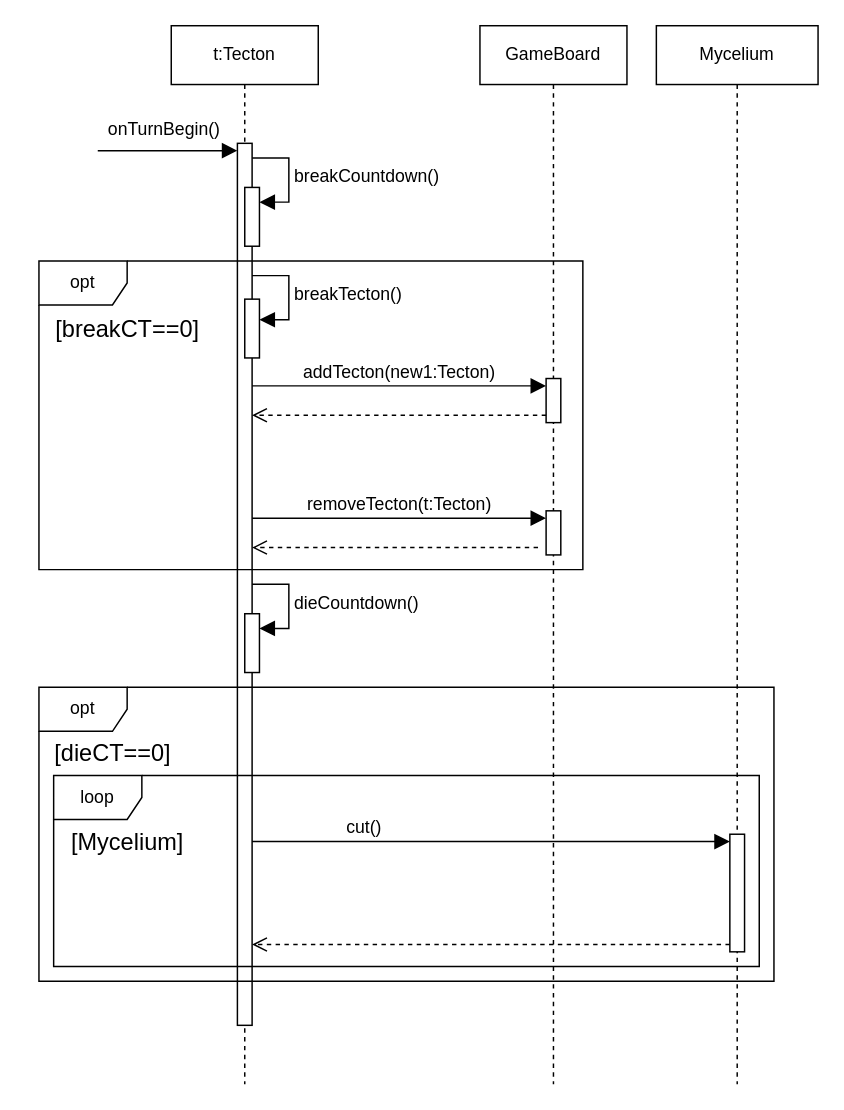
The draw.io diagram page "AridTecton" (3 of 8) of GameManager_SequenceDiagram.drawio in koharzsombor/bandITs, before the edit. Source tidied: cells renumbered, new cells numbered last; positions are measured from the earlier drawing's top-left corner, leaving out a move shared by most shapes. Both pictures are drawn from the tidied source at 147%, with x=0, y=0 at pixel (38, 25).
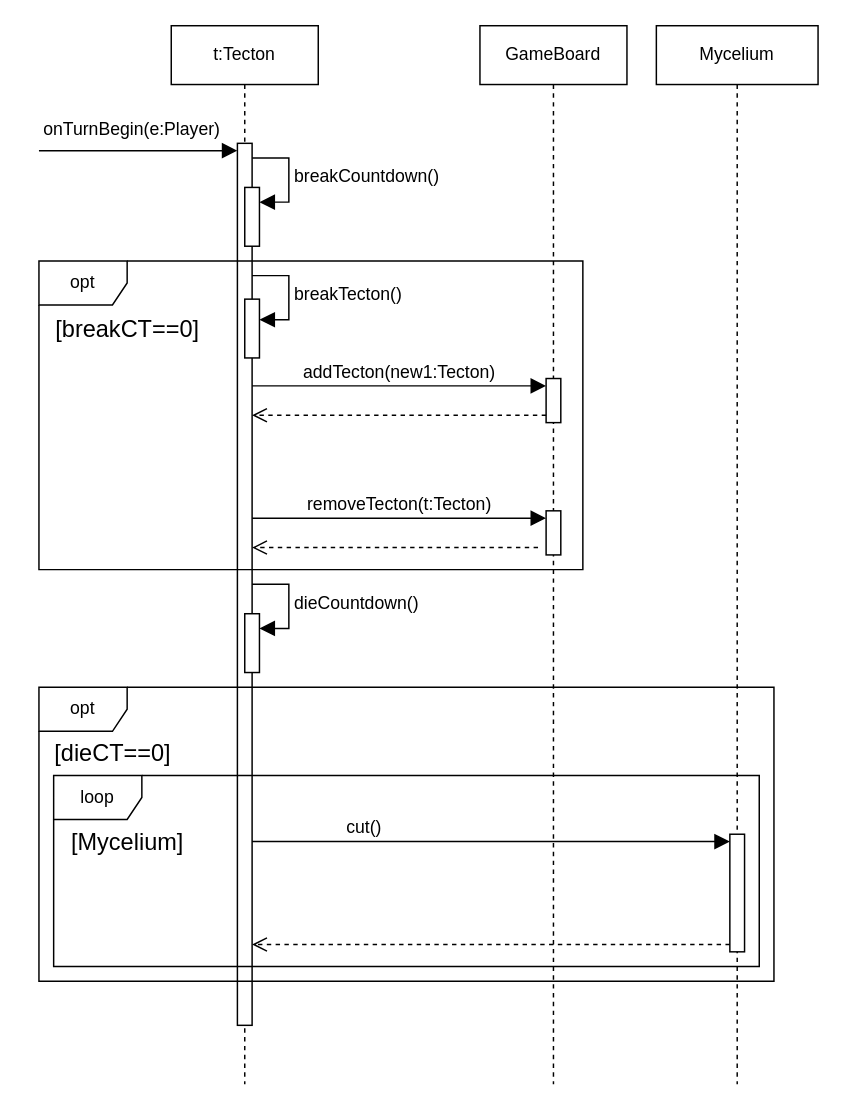
Above is the later version.

The change refers to these unchanged cells:
```xml
<mxCell id="3" style="html=1;points=[[0,0,0,0,5],[0,1,0,0,-5],[1,0,0,0,5],[1,1,0,0,-5]];perimeter=orthogonalPerimeter;outlineConnect=0;targetShapes=umlLifeline;portConstraint=eastwest;newEdgeStyle={&quot;curved&quot;:0,&quot;rounded&quot;:0};" parent="2" vertex="1">
  <mxGeometry x="45" y="80" width="10" height="600" as="geometry" />
</mxCell>
```

What changed in the source:
```diff
@@
-    <mxCell id="8" value="onTurnBegin()" style="html=1;verticalAlign=bottom;endArrow=block;curved=0;rounded=0;fontSize=12;startSize=8;endSize=8;entryX=0;entryY=0;entryDx=0;entryDy=5;entryPerimeter=0;" parent="1" edge="1" target="3">
+    <mxCell id="8" value="onTurnBegin(e:Player)" style="html=1;verticalAlign=bottom;endArrow=block;curved=0;rounded=0;fontSize=12;startSize=8;endSize=8;entryX=0;entryY=0;entryDx=0;entryDy=5;entryPerimeter=0;" parent="1" edge="1" target="3">
       <mxGeometry x="-0.06" y="5" relative="1" as="geometry">
-        <mxPoint x="40" y="85" as="sourcePoint" />
+        <mxPoint y="85" as="sourcePoint" />
       </mxGeometry>
     </mxCell>
```
